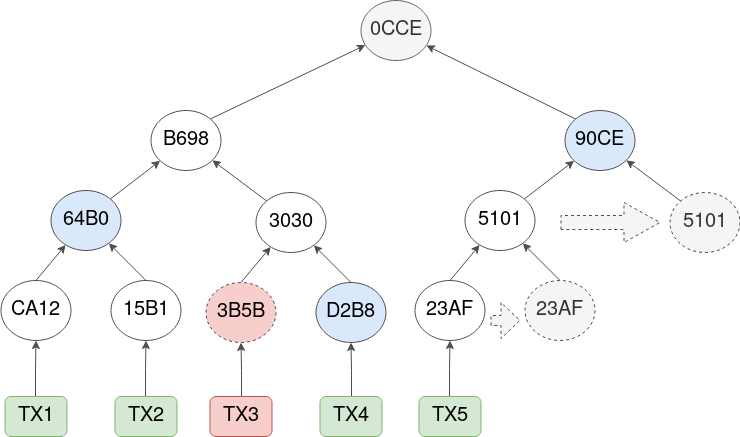
Before: lab1/full-merkle-tree.png, a diagram exported from draw.io (asadhayat1068/assignments). Source tidied: cells renumbered, new cells last; positions are measured from the earlier drawing's top-left corner, leaving out a move shared by most shapes. Source of this version:
```xml
<mxGraphModel>
  <root>
    <mxCell id="0" />
    <mxCell id="1" parent="0" />
    <mxCell id="2" style="edgeStyle=none;rounded=0;jettySize=auto;html=1;exitX=0.5;exitY=0;exitDx=0;exitDy=0;strokeColor=#4D4D4D;" parent="1" edge="1" source="3" target="7">
      <mxGeometry relative="1" as="geometry" />
    </mxCell>
    <mxCell id="3" value="&lt;font style=&quot;font-size: 20px&quot;&gt;CA12&lt;/font&gt;" style="ellipse;whiteSpace=wrap;html=1;strokeColor=#4D4D4D;" parent="1" vertex="1">
      <mxGeometry x="-0.5" y="280" width="70" height="60" as="geometry" />
    </mxCell>
    <mxCell id="4" style="edgeStyle=none;rounded=0;jettySize=auto;html=1;exitX=0.5;exitY=0;exitDx=0;exitDy=0;strokeColor=#4D4D4D;" parent="1" edge="1" source="5" target="7">
      <mxGeometry relative="1" as="geometry" />
    </mxCell>
    <mxCell id="5" value="&lt;font style=&quot;font-size: 20px&quot;&gt;15B1&lt;/font&gt;" style="ellipse;whiteSpace=wrap;html=1;strokeColor=#4D4D4D;" parent="1" vertex="1">
      <mxGeometry x="109.5" y="280" width="70" height="60" as="geometry" />
    </mxCell>
    <mxCell id="6" style="edgeStyle=none;rounded=0;jettySize=auto;html=1;exitX=1;exitY=0;exitDx=0;exitDy=0;strokeColor=#4D4D4D;" parent="1" edge="1" source="7" target="15">
      <mxGeometry relative="1" as="geometry" />
    </mxCell>
    <mxCell id="7" value="&lt;font style=&quot;font-size: 20px&quot;&gt;64B0&lt;/font&gt;" style="ellipse;whiteSpace=wrap;html=1;fillColor=#dae8fc;strokeColor=#4D4D4D;" parent="1" vertex="1">
      <mxGeometry x="49.5" y="190" width="70" height="60" as="geometry" />
    </mxCell>
    <mxCell id="8" style="edgeStyle=none;rounded=0;jettySize=auto;html=1;exitX=0.5;exitY=0;exitDx=0;exitDy=0;strokeColor=#4D4D4D;" parent="1" edge="1" source="9" target="13">
      <mxGeometry relative="1" as="geometry" />
    </mxCell>
    <mxCell id="9" value="&lt;font style=&quot;font-size: 20px&quot;&gt;3B5B&lt;/font&gt;" style="ellipse;whiteSpace=wrap;html=1;fillColor=#f8cecc;strokeColor=#4D4D4D;dashed=1;" parent="1" vertex="1">
      <mxGeometry x="204.5" y="282" width="70" height="60" as="geometry" />
    </mxCell>
    <mxCell id="10" style="edgeStyle=none;rounded=0;jettySize=auto;html=1;exitX=0.5;exitY=0;exitDx=0;exitDy=0;strokeColor=#4D4D4D;" parent="1" edge="1" source="11" target="13">
      <mxGeometry relative="1" as="geometry" />
    </mxCell>
    <mxCell id="11" value="&lt;div style=&quot;font-size: 20px&quot;&gt;&lt;font style=&quot;font-size: 20px&quot;&gt;D2B8&lt;/font&gt;&lt;/div&gt;" style="ellipse;whiteSpace=wrap;html=1;fillColor=#dae8fc;strokeColor=#4D4D4D;" parent="1" vertex="1">
      <mxGeometry x="314.5" y="282" width="70" height="60" as="geometry" />
    </mxCell>
    <mxCell id="12" style="edgeStyle=none;rounded=0;jettySize=auto;html=1;exitX=0;exitY=0;exitDx=0;exitDy=0;strokeColor=#4D4D4D;" parent="1" edge="1" source="13" target="15">
      <mxGeometry relative="1" as="geometry" />
    </mxCell>
    <mxCell id="13" value="&lt;font style=&quot;font-size: 20px&quot;&gt;3030&lt;/font&gt;" style="ellipse;whiteSpace=wrap;html=1;strokeColor=#4D4D4D;" parent="1" vertex="1">
      <mxGeometry x="254.5" y="192" width="70" height="60" as="geometry" />
    </mxCell>
    <mxCell id="14" style="edgeStyle=none;rounded=0;jettySize=auto;html=1;exitX=1;exitY=0;exitDx=0;exitDy=0;fontSize=20;strokeColor=#4D4D4D;" parent="1" edge="1" source="15" target="26">
      <mxGeometry relative="1" as="geometry" />
    </mxCell>
    <mxCell id="15" value="&lt;font style=&quot;font-size: 20px&quot;&gt;B698&lt;/font&gt;" style="ellipse;whiteSpace=wrap;html=1;strokeColor=#4D4D4D;" parent="1" vertex="1">
      <mxGeometry x="149.5" y="110" width="70" height="60" as="geometry" />
    </mxCell>
    <mxCell id="16" style="edgeStyle=none;rounded=0;jettySize=auto;html=1;exitX=0.5;exitY=0;exitDx=0;exitDy=0;fontSize=20;strokeColor=#4D4D4D;" parent="1" edge="1" source="17" target="21">
      <mxGeometry relative="1" as="geometry" />
    </mxCell>
    <mxCell id="17" value="&lt;font style=&quot;font-size: 20px&quot;&gt;23AF&lt;/font&gt;" style="ellipse;whiteSpace=wrap;html=1;strokeColor=#4D4D4D;" parent="1" vertex="1">
      <mxGeometry x="413.5" y="280" width="70" height="60" as="geometry" />
    </mxCell>
    <mxCell id="18" style="edgeStyle=none;rounded=0;jettySize=auto;html=1;exitX=0.5;exitY=0;exitDx=0;exitDy=0;fontSize=20;strokeColor=#4D4D4D;" parent="1" edge="1" source="19" target="21">
      <mxGeometry relative="1" as="geometry" />
    </mxCell>
    <mxCell id="19" value="&lt;font style=&quot;font-size: 20px&quot;&gt;23AF&lt;/font&gt;" style="ellipse;whiteSpace=wrap;html=1;fontSize=20;dashed=1;fillColor=#f5f5f5;strokeColor=#4D4D4D;fontColor=#333333;" parent="1" vertex="1">
      <mxGeometry x="523.5" y="280" width="70" height="60" as="geometry" />
    </mxCell>
    <mxCell id="20" style="edgeStyle=none;rounded=0;jettySize=auto;html=1;exitX=1;exitY=0;exitDx=0;exitDy=0;fontSize=20;strokeColor=#4D4D4D;" parent="1" edge="1" source="21" target="25">
      <mxGeometry relative="1" as="geometry" />
    </mxCell>
    <mxCell id="21" value="5101" style="ellipse;whiteSpace=wrap;html=1;fontSize=20;strokeColor=#4D4D4D;" parent="1" vertex="1">
      <mxGeometry x="463.5" y="190" width="70" height="60" as="geometry" />
    </mxCell>
    <mxCell id="22" style="edgeStyle=none;rounded=0;jettySize=auto;html=1;exitX=0;exitY=0;exitDx=0;exitDy=0;fontSize=20;strokeColor=#4D4D4D;" parent="1" edge="1" source="23" target="25">
      <mxGeometry relative="1" as="geometry" />
    </mxCell>
    <mxCell id="23" value="5101" style="ellipse;whiteSpace=wrap;html=1;fontSize=20;dashed=1;fillColor=#f5f5f5;strokeColor=#4D4D4D;fontColor=#333333;" parent="1" vertex="1">
      <mxGeometry x="668.5" y="192" width="70" height="60" as="geometry" />
    </mxCell>
    <mxCell id="24" style="edgeStyle=none;rounded=0;jettySize=auto;html=1;exitX=0;exitY=0;exitDx=0;exitDy=0;fontSize=20;strokeColor=#4D4D4D;" parent="1" edge="1" source="25" target="26">
      <mxGeometry relative="1" as="geometry" />
    </mxCell>
    <mxCell id="25" value="90CE" style="ellipse;whiteSpace=wrap;html=1;fontSize=20;fillColor=#dae8fc;strokeColor=#4D4D4D;" parent="1" vertex="1">
      <mxGeometry x="563.5" y="110" width="70" height="60" as="geometry" />
    </mxCell>
    <mxCell id="26" value="&lt;font style=&quot;font-size: 20px&quot;&gt;0CCE&lt;/font&gt;" style="ellipse;whiteSpace=wrap;html=1;strokeColor=#666666;fillColor=#f5f5f5;fontColor=#333333;" parent="1" vertex="1">
      <mxGeometry x="359.5" width="70" height="60" as="geometry" />
    </mxCell>
    <mxCell id="27" style="shape=flexArrow;endArrow=classic;html=1;dashed=1;fontSize=20;width=14;endSize=11.67;endWidth=25;fillColor=#f5f5f5;strokeColor=#4D4D4D;" parent="1" edge="1">
      <mxGeometry relative="1" as="geometry">
        <mxPoint x="559" y="222" as="sourcePoint" />
        <mxPoint x="659" y="222" as="targetPoint" />
      </mxGeometry>
    </mxCell>
    <mxCell id="28" style="shape=flexArrow;endArrow=classic;html=1;dashed=1;fontSize=20;width=10;endSize=6;endWidth=25;fillColor=#f5f5f5;strokeColor=#4D4D4D;" parent="1" edge="1">
      <mxGeometry relative="1" as="geometry">
        <mxPoint x="489" y="320" as="sourcePoint" />
        <mxPoint x="519" y="320" as="targetPoint" />
      </mxGeometry>
    </mxCell>
    <mxCell id="29" style="edgeStyle=orthogonalEdgeStyle;rounded=0;jettySize=auto;html=1;exitX=0.5;exitY=0;exitDx=0;exitDy=0;strokeColor=#4D4D4D;" parent="1" edge="1" source="30" target="3">
      <mxGeometry relative="1" as="geometry" />
    </mxCell>
    <mxCell id="30" value="&lt;font style=&quot;font-size: 20px&quot;&gt;TX1&lt;/font&gt;" style="rounded=1;whiteSpace=wrap;html=1;fillColor=#d5e8d4;strokeColor=#82b366;" parent="1" vertex="1">
      <mxGeometry x="3.5" y="396" width="62" height="40" as="geometry" />
    </mxCell>
    <mxCell id="31" style="edgeStyle=orthogonalEdgeStyle;rounded=0;jettySize=auto;html=1;exitX=0.5;exitY=0;exitDx=0;exitDy=0;strokeColor=#4D4D4D;" parent="1" edge="1" source="32" target="5">
      <mxGeometry relative="1" as="geometry" />
    </mxCell>
    <mxCell id="32" value="&lt;font style=&quot;font-size: 20px&quot;&gt;TX2&lt;/font&gt;" style="rounded=1;whiteSpace=wrap;html=1;fillColor=#d5e8d4;strokeColor=#82b366;" parent="1" vertex="1">
      <mxGeometry x="113.5" y="396" width="62" height="40" as="geometry" />
    </mxCell>
    <mxCell id="33" style="edgeStyle=orthogonalEdgeStyle;rounded=0;jettySize=auto;html=1;exitX=0.5;exitY=0;exitDx=0;exitDy=0;strokeColor=#4D4D4D;" parent="1" edge="1" source="34" target="9">
      <mxGeometry relative="1" as="geometry" />
    </mxCell>
    <mxCell id="34" value="&lt;font style=&quot;font-size: 20px&quot;&gt;TX3&lt;/font&gt;" style="rounded=1;whiteSpace=wrap;html=1;fillColor=#f8cecc;strokeColor=#b85450;" parent="1" vertex="1">
      <mxGeometry x="208.5" y="396" width="62" height="40" as="geometry" />
    </mxCell>
    <mxCell id="35" style="edgeStyle=orthogonalEdgeStyle;rounded=0;jettySize=auto;html=1;exitX=0.5;exitY=0;exitDx=0;exitDy=0;strokeColor=#4D4D4D;" parent="1" edge="1" source="36" target="11">
      <mxGeometry relative="1" as="geometry" />
    </mxCell>
    <mxCell id="36" value="&lt;font style=&quot;font-size: 20px&quot;&gt;TX4&lt;/font&gt;" style="rounded=1;whiteSpace=wrap;html=1;fillColor=#d5e8d4;strokeColor=#82b366;" parent="1" vertex="1">
      <mxGeometry x="318.5" y="396" width="62" height="40" as="geometry" />
    </mxCell>
    <mxCell id="37" style="edgeStyle=orthogonalEdgeStyle;rounded=0;jettySize=auto;html=1;exitX=0.5;exitY=0;exitDx=0;exitDy=0;strokeColor=#4D4D4D;" parent="1" edge="1" source="38" target="17">
      <mxGeometry relative="1" as="geometry" />
    </mxCell>
    <mxCell id="38" value="&lt;font style=&quot;font-size: 20px&quot;&gt;TX5&lt;/font&gt;" style="rounded=1;whiteSpace=wrap;html=1;fillColor=#d5e8d4;strokeColor=#82b366;" parent="1" vertex="1">
      <mxGeometry x="417.5" y="396" width="62" height="40" as="geometry" />
    </mxCell>
  </root>
</mxGraphModel>
```
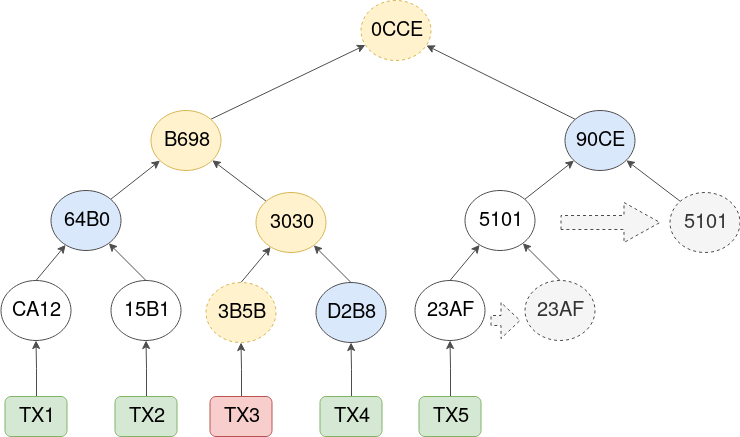
Above is the later version.

The edit, as a diff of the source:
```diff
@@ -23,7 +23,7 @@
     <mxCell id="8" style="edgeStyle=none;rounded=0;jettySize=auto;html=1;exitX=0.5;exitY=0;exitDx=0;exitDy=0;strokeColor=#4D4D4D;" parent="1" edge="1" source="9" target="13">
       <mxGeometry relative="1" as="geometry" />
     </mxCell>
-    <mxCell id="9" value="&lt;font style=&quot;font-size: 20px&quot;&gt;3B5B&lt;/font&gt;" style="ellipse;whiteSpace=wrap;html=1;fillColor=#f8cecc;strokeColor=#4D4D4D;dashed=1;" parent="1" vertex="1">
+    <mxCell id="9" value="&lt;font style=&quot;font-size: 20px&quot;&gt;3B5B&lt;/font&gt;" style="ellipse;whiteSpace=wrap;html=1;fillColor=#fff2cc;strokeColor=#d6b656;dashed=1;" parent="1" vertex="1">
       <mxGeometry x="204.5" y="282" width="70" height="60" as="geometry" />
     </mxCell>
     <mxCell id="10" style="edgeStyle=none;rounded=0;jettySize=auto;html=1;exitX=0.5;exitY=0;exitDx=0;exitDy=0;strokeColor=#4D4D4D;" parent="1" edge="1" source="11" target="13">
@@ -35,13 +35,13 @@
     <mxCell id="12" style="edgeStyle=none;rounded=0;jettySize=auto;html=1;exitX=0;exitY=0;exitDx=0;exitDy=0;strokeColor=#4D4D4D;" parent="1" edge="1" source="13" target="15">
       <mxGeometry relative="1" as="geometry" />
     </mxCell>
-    <mxCell id="13" value="&lt;font style=&quot;font-size: 20px&quot;&gt;3030&lt;/font&gt;" style="ellipse;whiteSpace=wrap;html=1;strokeColor=#4D4D4D;" parent="1" vertex="1">
+    <mxCell id="13" value="&lt;font style=&quot;font-size: 20px&quot;&gt;3030&lt;/font&gt;" style="ellipse;whiteSpace=wrap;html=1;strokeColor=#d6b656;fillColor=#fff2cc;" parent="1" vertex="1">
       <mxGeometry x="254.5" y="192" width="70" height="60" as="geometry" />
     </mxCell>
     <mxCell id="14" style="edgeStyle=none;rounded=0;jettySize=auto;html=1;exitX=1;exitY=0;exitDx=0;exitDy=0;fontSize=20;strokeColor=#4D4D4D;" parent="1" edge="1" source="15" target="26">
       <mxGeometry relative="1" as="geometry" />
     </mxCell>
-    <mxCell id="15" value="&lt;font style=&quot;font-size: 20px&quot;&gt;B698&lt;/font&gt;" style="ellipse;whiteSpace=wrap;html=1;strokeColor=#4D4D4D;" parent="1" vertex="1">
+    <mxCell id="15" value="&lt;font style=&quot;font-size: 20px&quot;&gt;B698&lt;/font&gt;" style="ellipse;whiteSpace=wrap;html=1;strokeColor=#d6b656;fillColor=#fff2cc;" parent="1" vertex="1">
       <mxGeometry x="149.5" y="110" width="70" height="60" as="geometry" />
     </mxCell>
     <mxCell id="16" style="edgeStyle=none;rounded=0;jettySize=auto;html=1;exitX=0.5;exitY=0;exitDx=0;exitDy=0;fontSize=20;strokeColor=#4D4D4D;" parent="1" edge="1" source="17" target="21">
@@ -74,7 +74,7 @@
     <mxCell id="25" value="90CE" style="ellipse;whiteSpace=wrap;html=1;fontSize=20;fillColor=#dae8fc;strokeColor=#4D4D4D;" parent="1" vertex="1">
       <mxGeometry x="563.5" y="110" width="70" height="60" as="geometry" />
     </mxCell>
-    <mxCell id="26" value="&lt;font style=&quot;font-size: 20px&quot;&gt;0CCE&lt;/font&gt;" style="ellipse;whiteSpace=wrap;html=1;strokeColor=#666666;fillColor=#f5f5f5;fontColor=#333333;" parent="1" vertex="1">
+    <mxCell id="26" value="&lt;font style=&quot;font-size: 20px&quot;&gt;0CCE&lt;/font&gt;" style="ellipse;whiteSpace=wrap;html=1;strokeColor=#d6b656;fillColor=#fff2cc;dashed=1;" parent="1" vertex="1">
       <mxGeometry x="359.5" width="70" height="60" as="geometry" />
     </mxCell>
     <mxCell id="27" style="shape=flexArrow;endArrow=classic;html=1;dashed=1;fontSize=20;width=14;endSize=11.67;endWidth=25;fillColor=#f5f5f5;strokeColor=#4D4D4D;" parent="1" edge="1">
```
